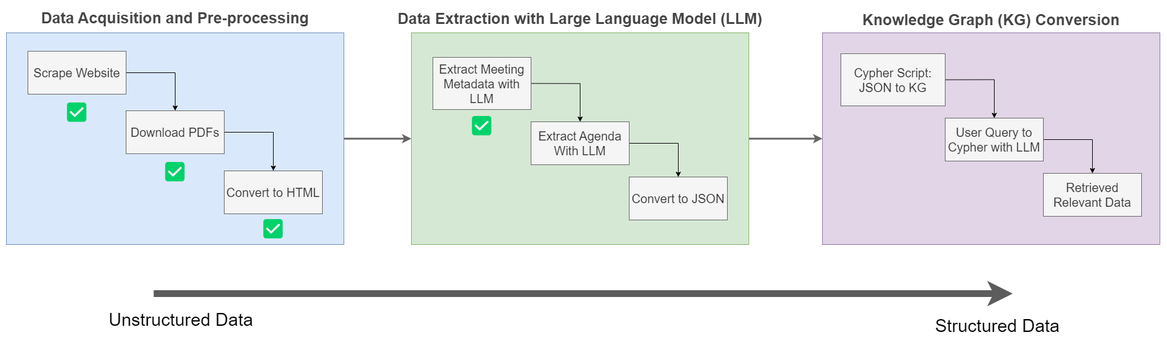
The draw.io diagram assets/meeting_protocols_workflow.png in NoviaIntSysGroup/llm-data-extraction, before a commit. Source tidied: cells renumbered, new cells last; positions are measured from the earlier drawing's top-left corner, leaving out a move shared by most shapes.
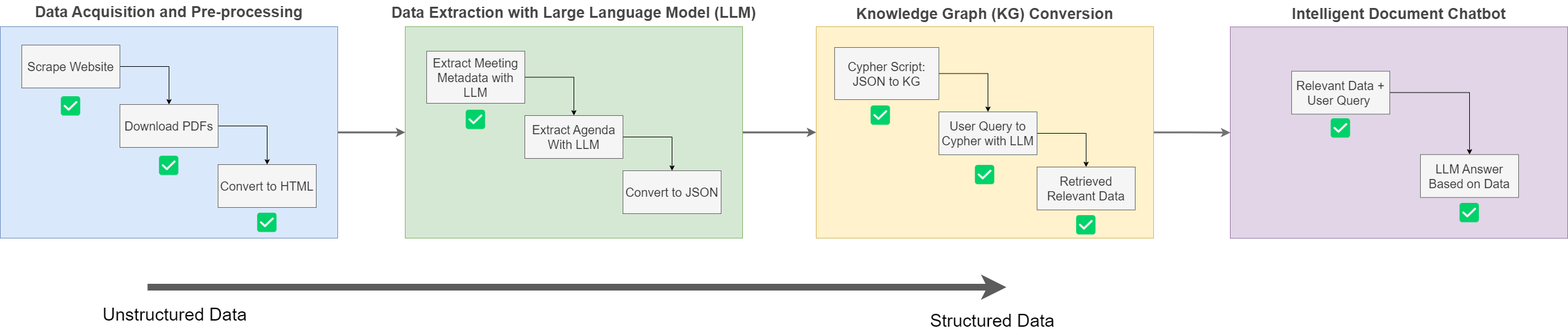
Later version of the same file.

Commit message:
Add instructions for running the data extraction pipeline and chatbot app

What changed in the source:
```diff
@@ -2,102 +2,135 @@
   <root>
     <mxCell id="0" />
     <mxCell id="1" parent="0" />
-    <mxCell id="2" style="rounded=0;whiteSpace=wrap;html=1;fillColor=#e1d5e7;strokeColor=#9673a6;shadow=0;" parent="1" vertex="1">
-      <mxGeometry x="1330" y="43" width="550" height="345" as="geometry" />
+    <mxCell id="2" style="edgeStyle=orthogonalEdgeStyle;rounded=0;jettySize=auto;html=1;exitX=1;exitY=0.5;exitDx=0;exitDy=0;entryX=0;entryY=0.5;entryDx=0;entryDy=0;strokeWidth=3;strokeColor=#717171;" parent="1" edge="1" source="3" target="33">
+      <mxGeometry relative="1" as="geometry" />
     </mxCell>
-    <mxCell id="3" style="edgeStyle=orthogonalEdgeStyle;rounded=0;jettySize=auto;html=1;exitX=1;exitY=0.5;exitDx=0;exitDy=0;entryX=0;entryY=0.5;entryDx=0;entryDy=0;strokeWidth=3;fillColor=#f5f5f5;strokeColor=#666666;" parent="1" edge="1" source="4" target="2">
-      <mxGeometry relative="1" as="geometry" />
+    <mxCell id="3" style="rounded=0;whiteSpace=wrap;html=1;fillColor=#fff2cc;strokeColor=#d6b656;shadow=0;" parent="1" vertex="1">
+      <mxGeometry x="1330" y="43" width="550" height="345" as="geometry" />
     </mxCell>
-    <mxCell id="4" style="rounded=0;whiteSpace=wrap;html=1;fillColor=#d5e8d4;strokeColor=#82b366;" parent="1" vertex="1">
-      <mxGeometry x="660" y="43" width="550" height="345" as="geometry" />
+    <mxCell id="4" style="edgeStyle=orthogonalEdgeStyle;rounded=0;jettySize=auto;html=1;exitX=1;exitY=0.5;exitDx=0;exitDy=0;entryX=0;entryY=0.5;entryDx=0;entryDy=0;strokeWidth=3;fillColor=#f5f5f5;strokeColor=#666666;" parent="1" edge="1" source="5" target="3">
+      <mxGeometry relative="1" as="geometry" />
     </mxCell>
-    <mxCell id="5" style="edgeStyle=orthogonalEdgeStyle;rounded=0;jettySize=auto;html=1;entryX=0;entryY=0.5;entryDx=0;entryDy=0;strokeWidth=3;fillColor=#f5f5f5;strokeColor=#666666;" parent="1" edge="1" source="6" target="4">
-      <mxGeometry relative="1" as="geometry" />
+    <mxCell id="5" style="rounded=0;whiteSpace=wrap;html=1;fillColor=#d5e8d4;strokeColor=#82b366;" parent="1" vertex="1">
+      <mxGeometry x="660" y="43" width="550" height="345" as="geometry" />
     </mxCell>
-    <mxCell id="6" style="rounded=0;whiteSpace=wrap;html=1;fillColor=#dae8fc;strokeColor=#6c8ebf;" parent="1" vertex="1">
-      <mxGeometry y="43" width="550" height="345" as="geometry" />
+    <mxCell id="6" style="edgeStyle=orthogonalEdgeStyle;rounded=0;jettySize=auto;html=1;entryX=0;entryY=0.5;entryDx=0;entryDy=0;strokeWidth=3;fillColor=#f5f5f5;strokeColor=#666666;" parent="1" edge="1" source="7" target="5">
+      <mxGeometry relative="1" as="geometry" />
     </mxCell>
-    <mxCell id="7" style="edgeStyle=orthogonalEdgeStyle;rounded=0;jettySize=auto;html=1;exitX=1;exitY=0.5;exitDx=0;exitDy=0;entryX=0.5;entryY=0;entryDx=0;entryDy=0;strokeWidth=1;" parent="1" edge="1" source="8" target="10">
-      <mxGeometry relative="1" as="geometry" />
+    <mxCell id="7" style="rounded=0;whiteSpace=wrap;html=1;fillColor=#dae8fc;strokeColor=#6c8ebf;" parent="1" vertex="1">
+      <mxGeometry y="43" width="550" height="345" as="geometry" />
     </mxCell>
-    <mxCell id="8" value="&lt;font style=&quot;font-size: 20px;&quot;&gt;Scrape Website&lt;/font&gt;" style="rounded=0;whiteSpace=wrap;html=1;fillColor=#f5f5f5;fontColor=#333333;strokeColor=#666666;" parent="1" vertex="1">
-      <mxGeometry x="35" y="73" width="160" height="70" as="geometry" />
+    <mxCell id="8" style="edgeStyle=orthogonalEdgeStyle;rounded=0;jettySize=auto;html=1;exitX=1;exitY=0.5;exitDx=0;exitDy=0;entryX=0.5;entryY=0;entryDx=0;entryDy=0;strokeWidth=1;" parent="1" edge="1" source="9" target="11">
+      <mxGeometry relative="1" as="geometry" />
     </mxCell>
-    <mxCell id="9" style="edgeStyle=orthogonalEdgeStyle;rounded=0;jettySize=auto;html=1;exitX=1;exitY=0.5;exitDx=0;exitDy=0;entryX=0.5;entryY=0;entryDx=0;entryDy=0;strokeWidth=1;" parent="1" edge="1" source="10" target="11">
-      <mxGeometry relative="1" as="geometry" />
+    <mxCell id="9" value="&lt;font style=&quot;font-size: 20px;&quot;&gt;Scrape Website&lt;/font&gt;" style="rounded=0;whiteSpace=wrap;html=1;fillColor=#f5f5f5;fontColor=#333333;strokeColor=#666666;" parent="1" vertex="1">
+      <mxGeometry x="35" y="73" width="160" height="70" as="geometry" />
     </mxCell>
-    <mxCell id="10" value="&lt;font style=&quot;font-size: 20px;&quot;&gt;Download PDFs&lt;/font&gt;" style="rounded=0;whiteSpace=wrap;html=1;fillColor=#f5f5f5;fontColor=#333333;strokeColor=#666666;" parent="1" vertex="1">
-      <mxGeometry x="195" y="170" width="160" height="70" as="geometry" />
+    <mxCell id="10" style="edgeStyle=orthogonalEdgeStyle;rounded=0;jettySize=auto;html=1;exitX=1;exitY=0.5;exitDx=0;exitDy=0;entryX=0.5;entryY=0;entryDx=0;entryDy=0;strokeWidth=1;" parent="1" edge="1" source="11" target="12">
+      <mxGeometry relative="1" as="geometry" />
     </mxCell>
-    <mxCell id="11" value="&lt;font style=&quot;font-size: 20px;&quot;&gt;Convert to HTML&lt;/font&gt;" style="rounded=0;whiteSpace=wrap;html=1;fillColor=#f5f5f5;fontColor=#333333;strokeColor=#666666;" parent="1" vertex="1">
-      <mxGeometry x="355" y="268" width="160" height="70" as="geometry" />
+    <mxCell id="11" value="&lt;font style=&quot;font-size: 20px;&quot;&gt;Download PDFs&lt;/font&gt;" style="rounded=0;whiteSpace=wrap;html=1;fillColor=#f5f5f5;fontColor=#333333;strokeColor=#666666;" parent="1" vertex="1">
+      <mxGeometry x="195" y="170" width="160" height="70" as="geometry" />
     </mxCell>
-    <mxCell id="12" style="edgeStyle=orthogonalEdgeStyle;rounded=0;jettySize=auto;html=1;exitX=1;exitY=0.5;exitDx=0;exitDy=0;entryX=0.5;entryY=0;entryDx=0;entryDy=0;" parent="1" edge="1" source="13" target="15">
-      <mxGeometry relative="1" as="geometry" />
+    <mxCell id="12" value="&lt;font style=&quot;font-size: 20px;&quot;&gt;Convert to HTML&lt;/font&gt;" style="rounded=0;whiteSpace=wrap;html=1;fillColor=#f5f5f5;fontColor=#333333;strokeColor=#666666;" parent="1" vertex="1">
+      <mxGeometry x="355" y="268" width="160" height="70" as="geometry" />
     </mxCell>
-    <mxCell id="13" value="&lt;font style=&quot;font-size: 20px;&quot;&gt;Extract Meeting Metadata with LLM&lt;/font&gt;" style="rounded=0;whiteSpace=wrap;html=1;fillColor=#f5f5f5;fontColor=#333333;strokeColor=#666666;" parent="1" vertex="1">
-      <mxGeometry x="695" y="83" width="160" height="85" as="geometry" />
+    <mxCell id="13" style="edgeStyle=orthogonalEdgeStyle;rounded=0;jettySize=auto;html=1;exitX=1;exitY=0.5;exitDx=0;exitDy=0;entryX=0.5;entryY=0;entryDx=0;entryDy=0;" parent="1" edge="1" source="14" target="16">
+      <mxGeometry relative="1" as="geometry" />
     </mxCell>
-    <mxCell id="14" style="edgeStyle=orthogonalEdgeStyle;rounded=0;jettySize=auto;html=1;exitX=1;exitY=0.5;exitDx=0;exitDy=0;entryX=0.5;entryY=0;entryDx=0;entryDy=0;shadow=0;" parent="1" edge="1" source="15" target="16">
-      <mxGeometry relative="1" as="geometry" />
+    <mxCell id="14" value="&lt;font style=&quot;font-size: 20px;&quot;&gt;Extract Meeting Metadata with LLM&lt;/font&gt;" style="rounded=0;whiteSpace=wrap;html=1;fillColor=#f5f5f5;fontColor=#333333;strokeColor=#666666;" parent="1" vertex="1">
+      <mxGeometry x="695" y="83" width="160" height="85" as="geometry" />
     </mxCell>
-    <mxCell id="15" value="&lt;font style=&quot;font-size: 20px;&quot;&gt;Extract Agenda With LLM&lt;/font&gt;" style="rounded=0;whiteSpace=wrap;html=1;fillColor=#f5f5f5;fontColor=#333333;strokeColor=#666666;shadow=0;" parent="1" vertex="1">
-      <mxGeometry x="855" y="188" width="160" height="70" as="geometry" />
+    <mxCell id="15" style="edgeStyle=orthogonalEdgeStyle;rounded=0;jettySize=auto;html=1;exitX=1;exitY=0.5;exitDx=0;exitDy=0;entryX=0.5;entryY=0;entryDx=0;entryDy=0;shadow=0;" parent="1" edge="1" source="16" target="17">
+      <mxGeometry relative="1" as="geometry" />
     </mxCell>
-    <mxCell id="16" value="&lt;font style=&quot;font-size: 20px;&quot;&gt;Convert to JSON&lt;/font&gt;" style="rounded=0;whiteSpace=wrap;html=1;fillColor=#f5f5f5;fontColor=#333333;strokeColor=#666666;shadow=0;" parent="1" vertex="1">
-      <mxGeometry x="1015" y="278" width="160" height="70" as="geometry" />
+    <mxCell id="16" value="&lt;font style=&quot;font-size: 20px;&quot;&gt;Extract Agenda With LLM&lt;/font&gt;" style="rounded=0;whiteSpace=wrap;html=1;fillColor=#f5f5f5;fontColor=#333333;strokeColor=#666666;shadow=0;" parent="1" vertex="1">
+      <mxGeometry x="855" y="188" width="160" height="70" as="geometry" />
     </mxCell>
-    <mxCell id="17" style="edgeStyle=orthogonalEdgeStyle;rounded=0;jettySize=auto;html=1;exitX=1;exitY=0.5;exitDx=0;exitDy=0;entryX=0.5;entryY=0;entryDx=0;entryDy=0;shadow=0;" parent="1" edge="1" source="18" target="20">
-      <mxGeometry relative="1" as="geometry" />
+    <mxCell id="17" value="&lt;font style=&quot;font-size: 20px;&quot;&gt;Convert to JSON&lt;/font&gt;" style="rounded=0;whiteSpace=wrap;html=1;fillColor=#f5f5f5;fontColor=#333333;strokeColor=#666666;shadow=0;" parent="1" vertex="1">
+      <mxGeometry x="1015" y="278" width="160" height="70" as="geometry" />
     </mxCell>
-    <mxCell id="18" value="&lt;span style=&quot;font-size: 20px;&quot;&gt;Cypher Script:&lt;br&gt;JSON to KG&lt;br&gt;&lt;/span&gt;" style="rounded=0;whiteSpace=wrap;html=1;fillColor=#f5f5f5;fontColor=#333333;strokeColor=#666666;shadow=0;" parent="1" vertex="1">
-      <mxGeometry x="1360" y="77" width="170" height="85" as="geometry" />
+    <mxCell id="18" style="edgeStyle=orthogonalEdgeStyle;rounded=0;jettySize=auto;html=1;exitX=1;exitY=0.5;exitDx=0;exitDy=0;entryX=0.5;entryY=0;entryDx=0;entryDy=0;shadow=0;" parent="1" edge="1" source="19" target="21">
+      <mxGeometry relative="1" as="geometry" />
     </mxCell>
-    <mxCell id="19" style="edgeStyle=orthogonalEdgeStyle;rounded=0;jettySize=auto;html=1;exitX=1;exitY=0.5;exitDx=0;exitDy=0;entryX=0.5;entryY=0;entryDx=0;entryDy=0;" parent="1" edge="1" source="20" target="21">
-      <mxGeometry relative="1" as="geometry" />
+    <mxCell id="19" value="&lt;span style=&quot;font-size: 20px;&quot;&gt;Cypher Script:&lt;br&gt;JSON to KG&lt;br&gt;&lt;/span&gt;" style="rounded=0;whiteSpace=wrap;html=1;fillColor=#f5f5f5;fontColor=#333333;strokeColor=#666666;shadow=0;" parent="1" vertex="1">
+      <mxGeometry x="1360" y="77" width="170" height="85" as="geometry" />
     </mxCell>
-    <mxCell id="20" value="&lt;span style=&quot;font-size: 20px;&quot;&gt;User Query to Cypher with LLM&lt;/span&gt;" style="rounded=0;whiteSpace=wrap;html=1;fillColor=#f5f5f5;fontColor=#333333;strokeColor=#666666;shadow=0;" parent="1" vertex="1">
-      <mxGeometry x="1530" y="182" width="160" height="70" as="geometry" />
+    <mxCell id="20" style="edgeStyle=orthogonalEdgeStyle;rounded=0;jettySize=auto;html=1;exitX=1;exitY=0.5;exitDx=0;exitDy=0;entryX=0.5;entryY=0;entryDx=0;entryDy=0;" parent="1" edge="1" source="21" target="22">
+      <mxGeometry relative="1" as="geometry" />
     </mxCell>
-    <mxCell id="21" value="&lt;span style=&quot;font-size: 20px;&quot;&gt;Retrieved Relevant Data&lt;/span&gt;" style="rounded=0;whiteSpace=wrap;html=1;fillColor=#f5f5f5;fontColor=#333333;strokeColor=#666666;shadow=0;" parent="1" vertex="1">
-      <mxGeometry x="1690" y="272" width="160" height="70" as="geometry" />
+    <mxCell id="21" value="&lt;span style=&quot;font-size: 20px;&quot;&gt;User Query to Cypher with LLM&lt;/span&gt;" style="rounded=0;whiteSpace=wrap;html=1;fillColor=#f5f5f5;fontColor=#333333;strokeColor=#666666;shadow=0;" parent="1" vertex="1">
+      <mxGeometry x="1530" y="182" width="160" height="70" as="geometry" />
     </mxCell>
-    <mxCell id="22" value="&lt;font style=&quot;font-size: 25px;&quot;&gt;&lt;b&gt;Data Acquisition and Pre-processing&lt;/b&gt;&lt;/font&gt;" style="text;html=1;align=center;verticalAlign=middle;whiteSpace=wrap;rounded=0;fillColor=none;fontColor=#454545;" parent="1" vertex="1">
-      <mxGeometry x="55" y="0.5" width="440" height="35" as="geometry" />
+    <mxCell id="22" value="&lt;span style=&quot;font-size: 20px;&quot;&gt;Retrieved Relevant Data&lt;/span&gt;" style="rounded=0;whiteSpace=wrap;html=1;fillColor=#f5f5f5;fontColor=#333333;strokeColor=#666666;shadow=0;" parent="1" vertex="1">
+      <mxGeometry x="1690" y="272" width="160" height="70" as="geometry" />
     </mxCell>
-    <mxCell id="23" value="&lt;font style=&quot;font-size: 25px;&quot;&gt;&lt;b&gt;Data Extraction with Large Language Model (LLM)&lt;/b&gt;&lt;/font&gt;" style="text;html=1;align=center;verticalAlign=middle;whiteSpace=wrap;rounded=0;fillColor=none;fontColor=#454545;" parent="1" vertex="1">
-      <mxGeometry x="635" width="600" height="37.5" as="geometry" />
+    <mxCell id="23" value="&lt;font style=&quot;font-size: 25px;&quot;&gt;&lt;b&gt;Data Acquisition and Pre-processing&lt;/b&gt;&lt;/font&gt;" style="text;html=1;align=center;verticalAlign=middle;whiteSpace=wrap;rounded=0;fillColor=none;fontColor=#454545;" parent="1" vertex="1">
+      <mxGeometry x="55" y="0.5" width="440" height="35" as="geometry" />
     </mxCell>
-    <mxCell id="24" value="&lt;font size=&quot;1&quot; style=&quot;&quot;&gt;&lt;b style=&quot;font-size: 25px;&quot;&gt;Knowledge Graph (KG) Conversion&lt;/b&gt;&lt;/font&gt;" style="text;html=1;align=center;verticalAlign=middle;whiteSpace=wrap;rounded=0;fillColor=none;fontColor=#454545;" parent="1" vertex="1">
-      <mxGeometry x="1385" y="3" width="440" height="35" as="geometry" />
+    <mxCell id="24" value="&lt;font style=&quot;font-size: 25px;&quot;&gt;&lt;b&gt;Data Extraction with Large Language Model (LLM)&lt;/b&gt;&lt;/font&gt;" style="text;html=1;align=center;verticalAlign=middle;whiteSpace=wrap;rounded=0;fillColor=none;fontColor=#454545;" parent="1" vertex="1">
+      <mxGeometry x="635" width="600" height="37.5" as="geometry" />
     </mxCell>
-    <mxCell id="25" value="&lt;font style=&quot;font-size: 32px;&quot;&gt;✅&lt;/font&gt;" style="text;html=1;strokeColor=none;fillColor=none;align=center;verticalAlign=middle;whiteSpace=wrap;rounded=0;" parent="1" vertex="1">
-      <mxGeometry x="65" y="128" width="100" height="90" as="geometry" />
+    <mxCell id="25" value="&lt;font size=&quot;1&quot; style=&quot;&quot;&gt;&lt;b style=&quot;font-size: 25px;&quot;&gt;Knowledge Graph (KG) Conversion&lt;/b&gt;&lt;/font&gt;" style="text;html=1;align=center;verticalAlign=middle;whiteSpace=wrap;rounded=0;fillColor=none;fontColor=#454545;" parent="1" vertex="1">
+      <mxGeometry x="1385" y="3" width="440" height="35" as="geometry" />
     </mxCell>
     <mxCell id="26" value="&lt;font style=&quot;font-size: 32px;&quot;&gt;✅&lt;/font&gt;" style="text;html=1;strokeColor=none;fillColor=none;align=center;verticalAlign=middle;whiteSpace=wrap;rounded=0;" parent="1" vertex="1">
-      <mxGeometry x="225" y="225" width="100" height="90" as="geometry" />
+      <mxGeometry x="65" y="128" width="100" height="90" as="geometry" />
     </mxCell>
     <mxCell id="27" value="&lt;font style=&quot;font-size: 32px;&quot;&gt;✅&lt;/font&gt;" style="text;html=1;strokeColor=none;fillColor=none;align=center;verticalAlign=middle;whiteSpace=wrap;rounded=0;" parent="1" vertex="1">
-      <mxGeometry x="385" y="318" width="100" height="90" as="geometry" />
+      <mxGeometry x="225" y="225" width="100" height="90" as="geometry" />
     </mxCell>
     <mxCell id="28" value="&lt;font style=&quot;font-size: 32px;&quot;&gt;✅&lt;/font&gt;" style="text;html=1;strokeColor=none;fillColor=none;align=center;verticalAlign=middle;whiteSpace=wrap;rounded=0;" parent="1" vertex="1">
-      <mxGeometry x="725" y="150" width="100" height="90" as="geometry" />
+      <mxGeometry x="385" y="318" width="100" height="90" as="geometry" />
     </mxCell>
-    <mxCell id="29" style="endArrow=classic;html=1;rounded=0;strokeWidth=11;fillColor=#dae8fc;strokeColor=#5c5c5c;" parent="1" edge="1">
-      <mxGeometry relative="1" as="geometry">
-        <mxPoint x="240" y="468" as="sourcePoint" />
-        <mxPoint x="1640" y="468" as="targetPoint" />
-      </mxGeometry>
+    <mxCell id="29" value="&lt;font style=&quot;font-size: 32px;&quot;&gt;✅&lt;/font&gt;" style="text;html=1;strokeColor=none;fillColor=none;align=center;verticalAlign=middle;whiteSpace=wrap;rounded=0;" parent="1" vertex="1">
+      <mxGeometry x="725" y="150" width="100" height="90" as="geometry" />
     </mxCell>
-    <mxCell id="30" value="Unstructured Data" style="edgeLabel;html=1;align=left;verticalAlign=bottom;fontSize=29;" parent="29" vertex="1">
-      <mxGeometry x="-1" relative="1" as="geometry">
-        <mxPoint x="-75" y="60" as="offset" />
+    <mxCell id="30" style="endArrow=classic;html=1;rounded=0;strokeWidth=11;fillColor=#dae8fc;strokeColor=#5c5c5c;" parent="1" edge="1">
+      <mxGeometry relative="1" as="geometry">
+        <mxPoint x="240" y="468" as="sourcePoint" />
+        <mxPoint x="1640" y="468" as="targetPoint" />
       </mxGeometry>
     </mxCell>
-    <mxCell id="31" value="Structured Data" style="edgeLabel;html=1;align=right;verticalAlign=bottom;fontSize=29;" parent="29" vertex="1">
-      <mxGeometry x="1" relative="1" as="geometry">
-        <mxPoint x="75" y="70" as="offset" />
+    <mxCell id="31" value="Unstructured Data" style="edgeLabel;html=1;align=left;verticalAlign=bottom;fontSize=29;" parent="30" vertex="1">
+      <mxGeometry x="-1" relative="1" as="geometry">
+        <mxPoint x="-75" y="60" as="offset" />
       </mxGeometry>
     </mxCell>
+    <mxCell id="32" value="Structured Data" style="edgeLabel;html=1;align=right;verticalAlign=bottom;fontSize=29;" parent="30" vertex="1">
+      <mxGeometry x="1" relative="1" as="geometry">
+        <mxPoint x="75" y="70" as="offset" />
+      </mxGeometry>
+    </mxCell>
+    <mxCell id="33" style="rounded=0;whiteSpace=wrap;html=1;fillColor=#e1d5e7;strokeColor=#9673a6;shadow=0;" parent="1" vertex="1">
+      <mxGeometry x="2005" y="43.3" width="550" height="345" as="geometry" />
+    </mxCell>
+    <mxCell id="34" value="&lt;span style=&quot;font-size: 20px;&quot;&gt;LLM Answer Based on Data&lt;/span&gt;" style="rounded=0;whiteSpace=wrap;html=1;fillColor=#f5f5f5;fontColor=#333333;strokeColor=#666666;shadow=0;" parent="1" vertex="1">
+      <mxGeometry x="2315" y="251.7" width="160" height="70" as="geometry" />
+    </mxCell>
+    <mxCell id="35" style="edgeStyle=orthogonalEdgeStyle;rounded=0;jettySize=auto;html=1;entryX=0.5;entryY=0;entryDx=0;entryDy=0;" parent="1" edge="1" source="36" target="34">
+      <mxGeometry relative="1" as="geometry" />
+    </mxCell>
+    <mxCell id="36" value="&lt;span style=&quot;font-size: 20px;&quot;&gt;Relevant Data + User Query&amp;nbsp;&lt;br&gt;&lt;/span&gt;" style="rounded=0;whiteSpace=wrap;html=1;fillColor=#f5f5f5;fontColor=#333333;strokeColor=#666666;shadow=0;" parent="1" vertex="1">
+      <mxGeometry x="2105" y="115.7" width="160" height="70" as="geometry" />
+    </mxCell>
+    <mxCell id="37" value="&lt;span style=&quot;font-size: 25px;&quot;&gt;&lt;b&gt;Intelligent Document Chatbot&lt;/b&gt;&lt;/span&gt;" style="text;html=1;align=center;verticalAlign=middle;whiteSpace=wrap;rounded=0;fillColor=none;fontColor=#454545;" parent="1" vertex="1">
+      <mxGeometry x="2060" y="3.3" width="440" height="35" as="geometry" />
+    </mxCell>
+    <mxCell id="38" value="&lt;font style=&quot;font-size: 32px;&quot;&gt;✅&lt;/font&gt;" style="text;html=1;strokeColor=none;fillColor=none;align=center;verticalAlign=middle;whiteSpace=wrap;rounded=0;" parent="1" vertex="1">
+      <mxGeometry x="2135" y="163.7" width="100" height="90" as="geometry" />
+    </mxCell>
+    <mxCell id="39" value="&lt;font style=&quot;font-size: 32px;&quot;&gt;✅&lt;/font&gt;" style="text;html=1;strokeColor=none;fillColor=none;align=center;verticalAlign=middle;whiteSpace=wrap;rounded=0;" parent="1" vertex="1">
+      <mxGeometry x="2345" y="301.7" width="100" height="90" as="geometry" />
+    </mxCell>
+    <mxCell id="40" value="&lt;font style=&quot;font-size: 32px;&quot;&gt;✅&lt;/font&gt;" style="text;html=1;strokeColor=none;fillColor=none;align=center;verticalAlign=middle;whiteSpace=wrap;rounded=0;" parent="1" vertex="1">
+      <mxGeometry x="1385" y="143" width="100" height="90" as="geometry" />
+    </mxCell>
+    <mxCell id="41" value="&lt;font style=&quot;font-size: 32px;&quot;&gt;✅&lt;/font&gt;" style="text;html=1;strokeColor=none;fillColor=none;align=center;verticalAlign=middle;whiteSpace=wrap;rounded=0;" parent="1" vertex="1">
+      <mxGeometry x="1555" y="240" width="100" height="90" as="geometry" />
+    </mxCell>
+    <mxCell id="42" value="&lt;font style=&quot;font-size: 32px;&quot;&gt;✅&lt;/font&gt;" style="text;html=1;strokeColor=none;fillColor=none;align=center;verticalAlign=middle;whiteSpace=wrap;rounded=0;" parent="1" vertex="1">
+      <mxGeometry x="1720" y="321.7" width="100" height="90" as="geometry" />
+    </mxCell>
   </root>
 </mxGraphModel>
```
